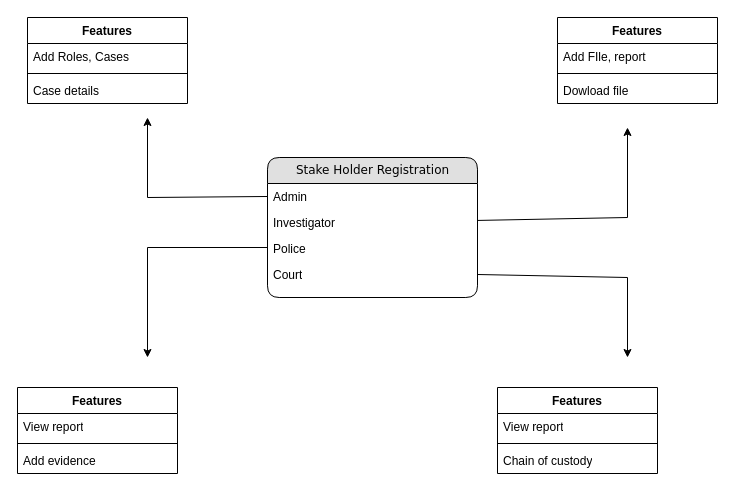
This is Untitled Diagram.drawio from smraddhi18/Rust-problems, a draw.io file, before an edit. Source tidied: cells renumbered, new cells numbered last; positions are measured from the earlier drawing's top-left corner, leaving out a move shared by most shapes. Both pictures are drawn from the tidied source at 100%, with x=0, y=0 at pixel (17, 17).
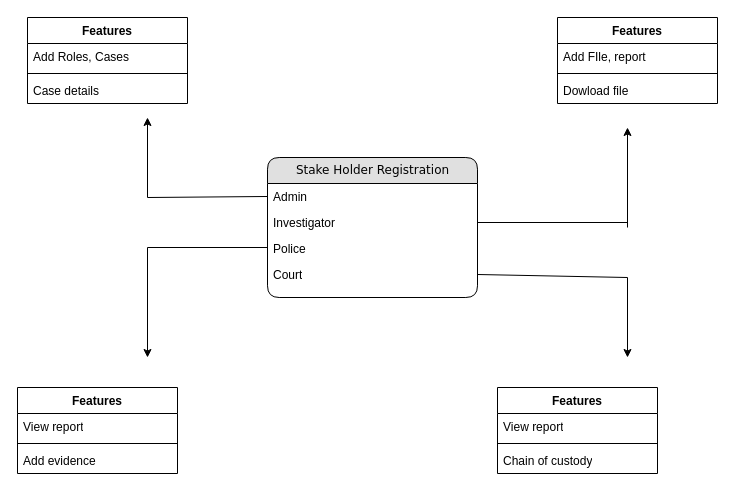
Above is the later version.

Unchanged cells that the change refers to:
```xml
<mxCell id="4" value="Investigator" style="text;html=1;strokeColor=none;fillColor=none;spacingLeft=4;spacingRight=4;whiteSpace=wrap;overflow=hidden;points=[[0,0.5],[1,0.5]];portConstraint=eastwest;" parent="2" vertex="1">
  <mxGeometry y="52" width="210" height="26" as="geometry" />
</mxCell>
```

The edit, as a diff of the source:
```diff
@@
     <mxCell id="15" style="endArrow=classic;html=1;rounded=0;" parent="1" edge="1">
       <mxGeometry relative="1" as="geometry">
-        <mxPoint x="610" y="200" as="sourcePoint" />
+        <mxPoint x="610" y="210" as="sourcePoint" />
         <mxPoint x="610" y="110" as="targetPoint" />
       </mxGeometry>
     </mxCell>
@@
-    <mxCell id="22" style="endArrow=none;html=1;rounded=0;" parent="1" edge="1" source="4">
+    <mxCell id="22" style="endArrow=none;html=1;rounded=0;exitX=1;exitY=0.5;exitDx=0;exitDy=0;" parent="1" edge="1" source="4">
       <mxGeometry relative="1" as="geometry">
-        <mxPoint x="610" y="200" as="targetPoint" />
+        <mxPoint x="610" y="205" as="targetPoint" />
       </mxGeometry>
     </mxCell>
```
